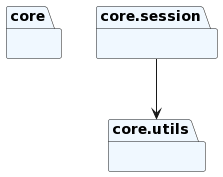
Earlier version of the PlantUML export docs/diagrams/system/core_packages.png (Bradenm316/Projects).
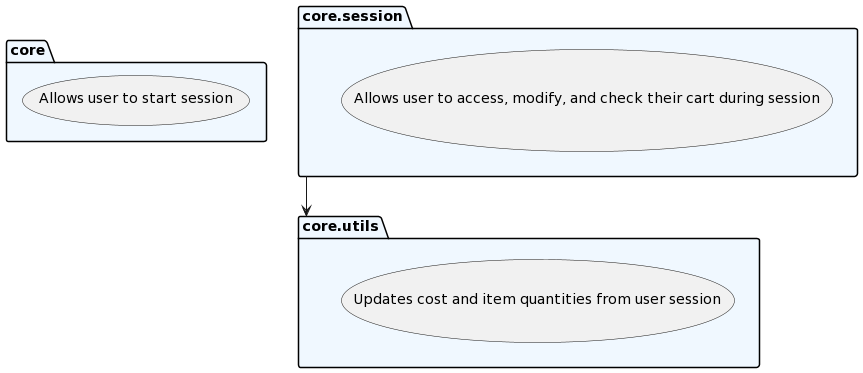
Later version of the same file.

Diff of the diagram source:
```diff
@@ -1,10 +1,13 @@
 @startuml
 set namespaceSeparator none
 package "core" as core #aliceblue {
+  usecase "Allows user to start session" as session
 }
 package "core.session" as core.session #aliceblue {
+  usecase "Allows user to access, modify, and check their cart during session" as change_cart
 }
 package "core.utils" as core.utils #aliceblue {
+  usecase "Updates cost and item quantities from user session" as update_total
 }
 core.session --> core.utils
 @enduml
```
